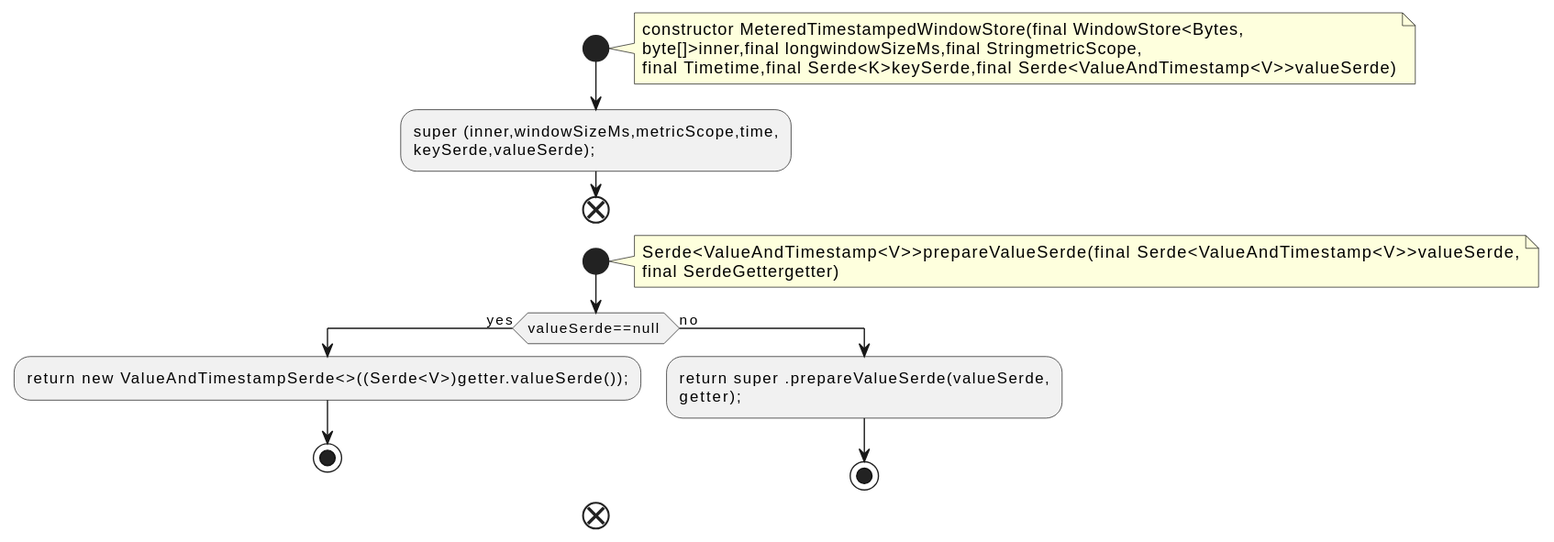
qualitesys/kafka keeps this PlantUML diagram as docs/qc/streams/src/main/java/org/apache/kafka/streams/state/internals/MeteredTimestampedWindowStore.java.fct.svg. Above is the earlier version.
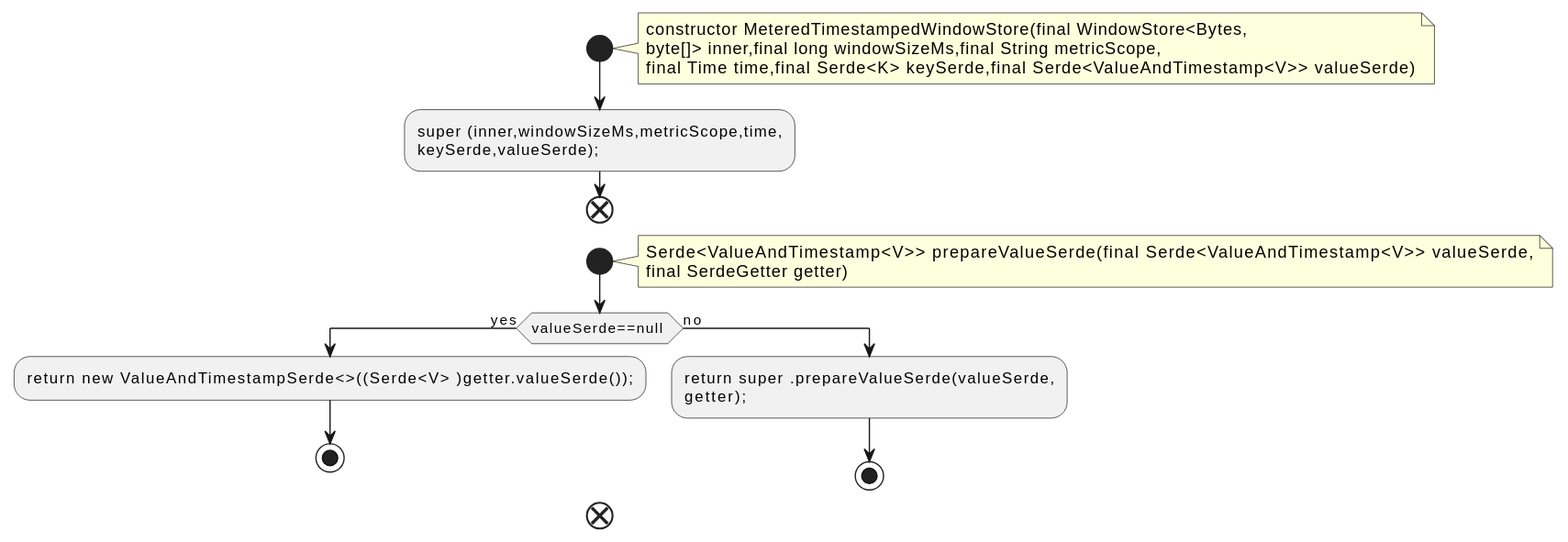
The same diagram one commit later.

What changed in the source:
```diff
@@ -3,19 +3,19 @@
 start
 note right
 constructor MeteredTimestampedWindowStore(final WindowStore<Bytes,
-byte[]>inner,final longwindowSizeMs,final StringmetricScope,
-final Timetime,final Serde<K>keySerde,final Serde<ValueAndTimestamp<V>>valueSerde)
+byte[]> inner,final long windowSizeMs,final String metricScope,
+final Time time,final Serde<K> keySerde,final Serde<ValueAndTimestamp<V>> valueSerde)
 end note
 :super (inner,windowSizeMs,metricScope,time,
 keySerde,valueSerde);;
 end
 start
 note right
-Serde<ValueAndTimestamp<V>>prepareValueSerde(final Serde<ValueAndTimestamp<V>>valueSerde,
-final SerdeGettergetter)
+Serde<ValueAndTimestamp<V>> prepareValueSerde(final Serde<ValueAndTimestamp<V>> valueSerde,
+final SerdeGetter getter)
 end note
 if (valueSerde==null ) then (yes)
-:return new ValueAndTimestampSerde<>((Serde<V>)getter.valueSerde());;
+:return new ValueAndTimestampSerde<>((Serde<V> )getter.valueSerde());;
 stop
 else (no)
 :return super .prepareValueSerde(valueSerde,
```
